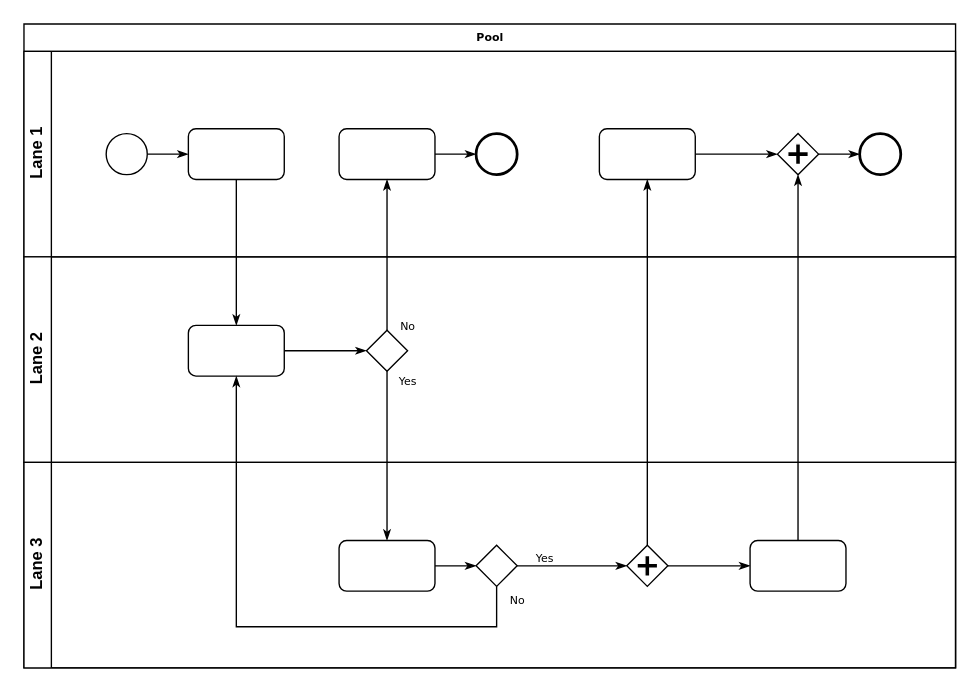
Earlier version of the draw.io diagram Untitled Diagram.drawio (SeekerOfMiracle/bpmn). Source tidied: cells renumbered, new cells numbered last; positions are measured from the earlier drawing's top-left corner, leaving out a move shared by most shapes. Both pictures are drawn from the tidied source at 137%, with x=0, y=0 at pixel (23, 23).
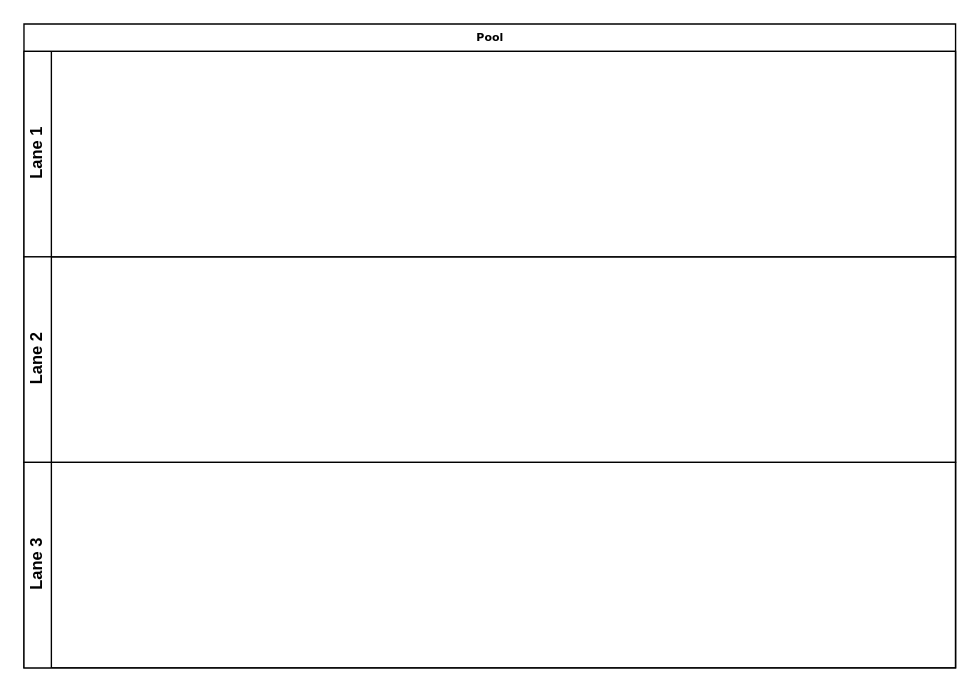
The same page after the edit.

Unchanged cells that the change refers to:
```xml
<mxCell id="2" value="Pool" style="swimlane;html=1;horizontal=1;startSize=20;rounded=0;shadow=0;labelBackgroundColor=none;strokeWidth=1;fontFamily=Verdana;fontSize=8;align=center;" parent="1" vertex="1">
  <mxGeometry width="680" height="470" as="geometry" />
</mxCell>
<mxCell id="3" value="Lane 1" style="swimlane;html=1;startSize=20;horizontal=0;" parent="2" vertex="1">
  <mxGeometry y="20" width="680" height="150" as="geometry" />
</mxCell>
<mxCell id="15" value="Lane 2" style="swimlane;html=1;startSize=20;horizontal=0;" parent="2" vertex="1">
  <mxGeometry y="170" width="680" height="150" as="geometry" />
</mxCell>
<mxCell id="19" value="Lane 3" style="swimlane;html=1;startSize=20;horizontal=0;" parent="2" vertex="1">
  <mxGeometry y="320" width="680" height="150" as="geometry" />
</mxCell>
```

Diff of the diagram source:
```diff
@@
-    <mxCell id="4" style="edgeStyle=orthogonalEdgeStyle;rounded=0;html=1;labelBackgroundColor=none;startArrow=none;startFill=0;startSize=5;endArrow=classicThin;endFill=1;endSize=5;jettySize=auto;strokeWidth=1;fontFamily=Verdana;fontSize=8;" parent="3" edge="1" source="5" target="6">
-      <mxGeometry relative="1" as="geometry" />
-    </mxCell>
-    <mxCell id="5" style="ellipse;whiteSpace=wrap;html=1;rounded=0;shadow=0;labelBackgroundColor=none;strokeWidth=1;fontFamily=Verdana;fontSize=8;align=center;" parent="3" vertex="1">
-      <mxGeometry x="60" y="60" width="30" height="30" as="geometry" />
-    </mxCell>
-    <mxCell id="6" style="rounded=1;whiteSpace=wrap;html=1;shadow=0;labelBackgroundColor=none;strokeWidth=1;fontFamily=Verdana;fontSize=8;align=center;" parent="3" vertex="1">
-      <mxGeometry x="120" y="56.5" width="70" height="37" as="geometry" />
-    </mxCell>
-    <mxCell id="7" style="edgeStyle=orthogonalEdgeStyle;rounded=0;html=1;labelBackgroundColor=none;startArrow=none;startFill=0;startSize=5;endArrow=classicThin;endFill=1;endSize=5;jettySize=auto;strokeWidth=1;fontFamily=Verdana;fontSize=8;" parent="3" edge="1" source="8" target="9">
-      <mxGeometry relative="1" as="geometry" />
-    </mxCell>
-    <mxCell id="8" style="rounded=1;whiteSpace=wrap;html=1;shadow=0;labelBackgroundColor=none;strokeWidth=1;fontFamily=Verdana;fontSize=8;align=center;" parent="3" vertex="1">
-      <mxGeometry x="230" y="56.5" width="70" height="37" as="geometry" />
-    </mxCell>
-    <mxCell id="9" style="ellipse;whiteSpace=wrap;html=1;rounded=0;shadow=0;labelBackgroundColor=none;strokeWidth=2;fontFamily=Verdana;fontSize=8;align=center;" parent="3" vertex="1">
-      <mxGeometry x="330" y="60" width="30" height="30" as="geometry" />
-    </mxCell>
-    <mxCell id="10" style="edgeStyle=orthogonalEdgeStyle;rounded=0;html=1;entryX=0;entryY=0.5;labelBackgroundColor=none;startArrow=none;startFill=0;startSize=5;endArrow=classicThin;endFill=1;endSize=5;jettySize=auto;strokeWidth=1;fontFamily=Verdana;fontSize=8;" parent="3" edge="1" source="11" target="13">
-      <mxGeometry relative="1" as="geometry" />
-    </mxCell>
-    <mxCell id="11" style="rounded=1;whiteSpace=wrap;html=1;shadow=0;labelBackgroundColor=none;strokeWidth=1;fontFamily=Verdana;fontSize=8;align=center;" parent="3" vertex="1">
-      <mxGeometry x="420" y="56.5" width="70" height="37" as="geometry" />
-    </mxCell>
-    <mxCell id="12" style="edgeStyle=orthogonalEdgeStyle;rounded=0;html=1;labelBackgroundColor=none;startArrow=none;startFill=0;startSize=5;endArrow=classicThin;endFill=1;endSize=5;jettySize=auto;strokeWidth=1;fontFamily=Verdana;fontSize=8;" parent="3" edge="1" source="13" target="14">
-      <mxGeometry relative="1" as="geometry" />
-    </mxCell>
-    <mxCell id="13" style="shape=mxgraph.bpmn.shape;html=1;verticalLabelPosition=bottom;labelBackgroundColor=#ffffff;verticalAlign=top;perimeter=rhombusPerimeter;background=gateway;outline=none;symbol=parallelGw;rounded=1;shadow=0;strokeWidth=1;fontFamily=Verdana;fontSize=8;align=center;" parent="3" vertex="1">
-      <mxGeometry x="550" y="60" width="30" height="30" as="geometry" />
-    </mxCell>
-    <mxCell id="14" style="ellipse;whiteSpace=wrap;html=1;rounded=0;shadow=0;labelBackgroundColor=none;strokeWidth=2;fontFamily=Verdana;fontSize=8;align=center;" parent="3" vertex="1">
-      <mxGeometry x="610" y="60" width="30" height="30" as="geometry" />
-    </mxCell>
@@
-    <mxCell id="16" style="edgeStyle=orthogonalEdgeStyle;rounded=0;html=1;labelBackgroundColor=none;startArrow=none;startFill=0;startSize=5;endArrow=classicThin;endFill=1;endSize=5;jettySize=auto;strokeWidth=1;fontFamily=Verdana;fontSize=8;" parent="15" edge="1" source="17" target="18">
-      <mxGeometry relative="1" as="geometry" />
-    </mxCell>
-    <mxCell id="17" style="rounded=1;whiteSpace=wrap;html=1;shadow=0;labelBackgroundColor=none;strokeWidth=1;fontFamily=Verdana;fontSize=8;align=center;" parent="15" vertex="1">
-      <mxGeometry x="120" y="50" width="70" height="37" as="geometry" />
-    </mxCell>
-    <mxCell id="18" style="strokeWidth=1;html=1;shape=mxgraph.flowchart.decision;whiteSpace=wrap;rounded=1;shadow=0;labelBackgroundColor=none;fontFamily=Verdana;fontSize=8;align=center;" parent="15" vertex="1">
-      <mxGeometry x="250" y="53.5" width="30" height="30" as="geometry" />
-    </mxCell>
@@
-    <mxCell id="20" style="edgeStyle=orthogonalEdgeStyle;rounded=0;html=1;labelBackgroundColor=none;startArrow=none;startFill=0;startSize=5;endArrow=classicThin;endFill=1;endSize=5;jettySize=auto;strokeWidth=1;fontFamily=Verdana;fontSize=8;" parent="19" edge="1" source="21" target="23">
-      <mxGeometry relative="1" as="geometry" />
-    </mxCell>
-    <mxCell id="21" style="rounded=1;whiteSpace=wrap;html=1;shadow=0;labelBackgroundColor=none;strokeWidth=1;fontFamily=Verdana;fontSize=8;align=center;" parent="19" vertex="1">
-      <mxGeometry x="230" y="57" width="70" height="37" as="geometry" />
-    </mxCell>
-    <mxCell id="22" value="Yes" style="edgeStyle=orthogonalEdgeStyle;rounded=0;html=1;entryX=0;entryY=0.5;labelBackgroundColor=none;startArrow=none;startFill=0;startSize=5;endArrow=classicThin;endFill=1;endSize=5;jettySize=auto;strokeWidth=1;fontFamily=Verdana;fontSize=8;" parent="19" edge="1" source="23" target="25">
-      <mxGeometry x="-0.5" y="6" relative="1" as="geometry" />
-    </mxCell>
-    <mxCell id="23" style="strokeWidth=1;html=1;shape=mxgraph.flowchart.decision;whiteSpace=wrap;rounded=1;shadow=0;labelBackgroundColor=none;fontFamily=Verdana;fontSize=8;align=center;" parent="19" vertex="1">
-      <mxGeometry x="330" y="60.5" width="30" height="30" as="geometry" />
-    </mxCell>
-    <mxCell id="24" style="edgeStyle=orthogonalEdgeStyle;rounded=0;html=1;labelBackgroundColor=none;startArrow=none;startFill=0;startSize=5;endArrow=classicThin;endFill=1;endSize=5;jettySize=auto;strokeColor=#000000;strokeWidth=1;fontFamily=Verdana;fontSize=8;fontColor=#000000;" parent="19" edge="1" source="25" target="26">
-      <mxGeometry relative="1" as="geometry" />
-    </mxCell>
-    <mxCell id="25" style="shape=mxgraph.bpmn.shape;html=1;verticalLabelPosition=bottom;labelBackgroundColor=#ffffff;verticalAlign=top;perimeter=rhombusPerimeter;background=gateway;outline=none;symbol=parallelGw;rounded=1;shadow=0;strokeWidth=1;fontFamily=Verdana;fontSize=8;align=center;" parent="19" vertex="1">
-      <mxGeometry x="440" y="60.5" width="30" height="30" as="geometry" />
-    </mxCell>
-    <mxCell id="26" style="rounded=1;whiteSpace=wrap;html=1;shadow=0;labelBackgroundColor=none;strokeWidth=1;fontFamily=Verdana;fontSize=8;align=center;" parent="19" vertex="1">
-      <mxGeometry x="530" y="57" width="70" height="37" as="geometry" />
-    </mxCell>
-    <mxCell id="27" style="edgeStyle=orthogonalEdgeStyle;rounded=0;html=1;labelBackgroundColor=none;startArrow=none;startFill=0;startSize=5;endArrow=classicThin;endFill=1;endSize=5;jettySize=auto;strokeWidth=1;fontFamily=Verdana;fontSize=8;" parent="2" edge="1" source="6" target="17">
-      <mxGeometry relative="1" as="geometry" />
-    </mxCell>
-    <mxCell id="28" value="No" style="edgeStyle=orthogonalEdgeStyle;rounded=0;html=1;labelBackgroundColor=none;startArrow=none;startFill=0;startSize=5;endArrow=classicThin;endFill=1;endSize=5;jettySize=auto;strokeWidth=1;fontFamily=Verdana;fontSize=8;" parent="2" edge="1" source="18" target="8">
-      <mxGeometry x="-0.94" y="-15" relative="1" as="geometry" />
-    </mxCell>
-    <mxCell id="29" value="Yes" style="edgeStyle=orthogonalEdgeStyle;rounded=0;html=1;labelBackgroundColor=none;startArrow=none;startFill=0;startSize=5;endArrow=classicThin;endFill=1;endSize=5;jettySize=auto;strokeWidth=1;fontFamily=Verdana;fontSize=8;" parent="2" edge="1" source="18" target="21">
-      <mxGeometry x="-0.89" y="15" relative="1" as="geometry" />
-    </mxCell>
-    <mxCell id="30" style="edgeStyle=orthogonalEdgeStyle;rounded=0;html=1;entryX=0.5;entryY=1;labelBackgroundColor=none;startArrow=none;startFill=0;startSize=5;endArrow=classicThin;endFill=1;endSize=5;jettySize=auto;strokeWidth=1;fontFamily=Verdana;fontSize=8;" parent="2" edge="1" source="26" target="13">
-      <mxGeometry relative="1" as="geometry" />
-    </mxCell>
-    <mxCell id="31" value="No" style="edgeStyle=orthogonalEdgeStyle;rounded=0;html=1;labelBackgroundColor=none;startArrow=none;startFill=0;startSize=5;endArrow=classicThin;endFill=1;endSize=5;jettySize=auto;strokeWidth=1;fontFamily=Verdana;fontSize=8;" parent="2" edge="1" source="23" target="17">
+    <mxCell id="31" value="No" style="edgeStyle=orthogonalEdgeStyle;rounded=0;html=1;labelBackgroundColor=none;startArrow=none;startFill=0;startSize=5;endArrow=classicThin;endFill=1;endSize=5;jettySize=auto;orthogonalLoop=1;strokeWidth=1;fontFamily=Verdana;fontSize=8;" parent="2" edge="1">
       <mxGeometry x="-0.95" y="15" relative="1" as="geometry">
+        <mxPoint x="155" y="257" as="targetPoint" />
         <Array as="points">
           <mxPoint x="345" y="440" />
           <mxPoint x="155" y="440" />
         </Array>
       </mxGeometry>
     </mxCell>
-    <mxCell id="32" style="edgeStyle=orthogonalEdgeStyle;rounded=0;html=1;labelBackgroundColor=none;startArrow=none;startFill=0;startSize=5;endArrow=classicThin;endFill=1;endSize=5;jettySize=auto;strokeWidth=1;fontFamily=Verdana;fontSize=8;" parent="2" edge="1" source="25" target="11">
-      <mxGeometry relative="1" as="geometry" />
-    </mxCell>
```
